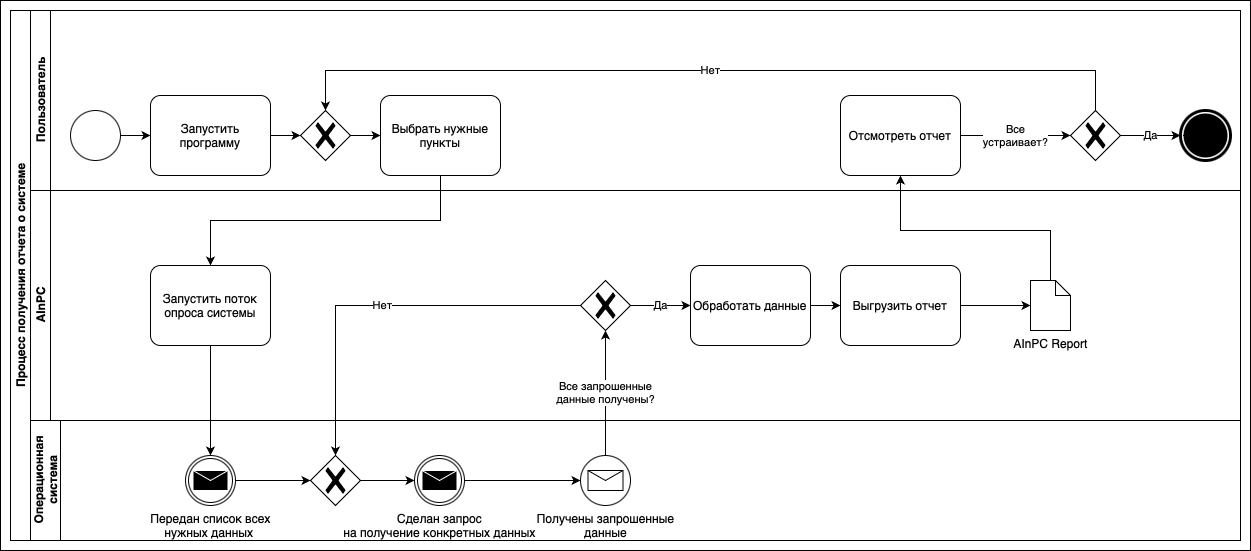
Alekcey264/DiplomaVerevkin keeps this draw.io diagram as BPMN Отчет с документом.png. Above is the earlier version. Source tidied: cells renumbered, new cells last; positions are measured from the earlier drawing's top-left corner, leaving out a move shared by most shapes. The source it was exported from:
```xml
<mxGraphModel>
  <root>
    <mxCell id="0" />
    <mxCell id="1" parent="0" />
    <mxCell id="2" style="rounded=0;whiteSpace=wrap;html=1;" parent="1" vertex="1">
      <mxGeometry width="1250" height="550" as="geometry" />
    </mxCell>
    <mxCell id="3" value="Процесс получения отчета о системе" style="swimlane;html=1;horizontal=0;startSize=20;whiteSpace=wrap;" parent="1" vertex="1">
      <mxGeometry x="10" y="10" width="1230" height="530" as="geometry" />
    </mxCell>
    <mxCell id="4" value="Пользователь" style="swimlane;html=1;startSize=20;horizontal=0;" parent="3" vertex="1">
      <mxGeometry x="20" width="1210" height="180" as="geometry" />
    </mxCell>
    <mxCell id="5" style="edgeStyle=orthogonalEdgeStyle;rounded=0;jettySize=auto;html=1;" parent="4" edge="1" source="6" target="8">
      <mxGeometry relative="1" as="geometry" />
    </mxCell>
    <mxCell id="6" style="points=[[0.145,0.145,0],[0.5,0,0],[0.855,0.145,0],[1,0.5,0],[0.855,0.855,0],[0.5,1,0],[0.145,0.855,0],[0,0.5,0]];shape=mxgraph.bpmn.event;html=1;verticalLabelPosition=bottom;labelBackgroundColor=#ffffff;verticalAlign=top;align=center;perimeter=ellipsePerimeter;outlineConnect=0;outline=standard;symbol=general;" parent="4" vertex="1">
      <mxGeometry x="40" y="100" width="50" height="50" as="geometry" />
    </mxCell>
    <mxCell id="7" style="edgeStyle=orthogonalEdgeStyle;rounded=0;jettySize=auto;html=1;" parent="4" edge="1" source="8" target="16">
      <mxGeometry relative="1" as="geometry" />
    </mxCell>
    <mxCell id="8" value="Запустить программу" style="points=[[0.25,0,0],[0.5,0,0],[0.75,0,0],[1,0.25,0],[1,0.5,0],[1,0.75,0],[0.75,1,0],[0.5,1,0],[0.25,1,0],[0,0.75,0],[0,0.5,0],[0,0.25,0]];shape=mxgraph.bpmn.task;whiteSpace=wrap;rectStyle=rounded;size=10;html=1;taskMarker=abstract;" parent="4" vertex="1">
      <mxGeometry x="120" y="85" width="120" height="80" as="geometry" />
    </mxCell>
    <mxCell id="9" style="points=[[0.145,0.145,0],[0.5,0,0],[0.855,0.145,0],[1,0.5,0],[0.855,0.855,0],[0.5,1,0],[0.145,0.855,0],[0,0.5,0]];shape=mxgraph.bpmn.event;html=1;verticalLabelPosition=bottom;labelBackgroundColor=#ffffff;verticalAlign=top;align=center;perimeter=ellipsePerimeter;outlineConnect=0;outline=end;symbol=terminate;" parent="4" vertex="1">
      <mxGeometry x="1150" y="100" width="50" height="50" as="geometry" />
    </mxCell>
    <mxCell id="10" value="Выбрать нужные пункты" style="points=[[0.25,0,0],[0.5,0,0],[0.75,0,0],[1,0.25,0],[1,0.5,0],[1,0.75,0],[0.75,1,0],[0.5,1,0],[0.25,1,0],[0,0.75,0],[0,0.5,0],[0,0.25,0]];shape=mxgraph.bpmn.task;whiteSpace=wrap;rectStyle=rounded;size=10;html=1;taskMarker=abstract;" parent="4" vertex="1">
      <mxGeometry x="350" y="85" width="120" height="80" as="geometry" />
    </mxCell>
    <mxCell id="11" value="Все&lt;br&gt;устраивает?" style="edgeStyle=orthogonalEdgeStyle;rounded=0;jettySize=auto;html=1;" parent="4" edge="1" source="12" target="14">
      <mxGeometry relative="1" as="geometry" />
    </mxCell>
    <mxCell id="12" value="Отсмотреть отчет" style="points=[[0.25,0,0],[0.5,0,0],[0.75,0,0],[1,0.25,0],[1,0.5,0],[1,0.75,0],[0.75,1,0],[0.5,1,0],[0.25,1,0],[0,0.75,0],[0,0.5,0],[0,0.25,0]];shape=mxgraph.bpmn.task;whiteSpace=wrap;rectStyle=rounded;size=10;html=1;taskMarker=abstract;" parent="4" vertex="1">
      <mxGeometry x="810" y="85" width="120" height="80" as="geometry" />
    </mxCell>
    <mxCell id="13" value="Да" style="edgeStyle=orthogonalEdgeStyle;rounded=0;jettySize=auto;html=1;" parent="4" edge="1" source="14" target="9">
      <mxGeometry relative="1" as="geometry" />
    </mxCell>
    <mxCell id="14" style="points=[[0.25,0.25,0],[0.5,0,0],[0.75,0.25,0],[1,0.5,0],[0.75,0.75,0],[0.5,1,0],[0.25,0.75,0],[0,0.5,0]];shape=mxgraph.bpmn.gateway2;html=1;verticalLabelPosition=bottom;labelBackgroundColor=#ffffff;verticalAlign=top;align=center;perimeter=rhombusPerimeter;outlineConnect=0;outline=none;symbol=none;gwType=exclusive;" parent="4" vertex="1">
      <mxGeometry x="1040" y="100" width="50" height="50" as="geometry" />
    </mxCell>
    <mxCell id="15" style="edgeStyle=orthogonalEdgeStyle;rounded=0;jettySize=auto;html=1;" parent="4" edge="1" source="16" target="10">
      <mxGeometry relative="1" as="geometry" />
    </mxCell>
    <mxCell id="16" style="points=[[0.25,0.25,0],[0.5,0,0],[0.75,0.25,0],[1,0.5,0],[0.75,0.75,0],[0.5,1,0],[0.25,0.75,0],[0,0.5,0]];shape=mxgraph.bpmn.gateway2;html=1;verticalLabelPosition=bottom;labelBackgroundColor=#ffffff;verticalAlign=top;align=center;perimeter=rhombusPerimeter;outlineConnect=0;outline=none;symbol=none;gwType=exclusive;" parent="4" vertex="1">
      <mxGeometry x="270" y="100" width="50" height="50" as="geometry" />
    </mxCell>
    <mxCell id="17" value="Нет" style="edgeStyle=orthogonalEdgeStyle;rounded=0;jettySize=auto;html=1;entryX=0.5;entryY=0;entryDx=0;entryDy=0;entryPerimeter=0;exitX=0.5;exitY=0;exitDx=0;exitDy=0;exitPerimeter=0;" parent="4" edge="1" source="14" target="16">
      <mxGeometry relative="1" as="geometry">
        <Array as="points">
          <mxPoint x="1065" y="60" />
          <mxPoint x="295" y="60" />
        </Array>
      </mxGeometry>
    </mxCell>
    <mxCell id="18" value="AInPC" style="swimlane;html=1;startSize=20;horizontal=0;" parent="3" vertex="1">
      <mxGeometry x="20" y="180" width="1210" height="230" as="geometry" />
    </mxCell>
    <mxCell id="19" value="Да" style="edgeStyle=orthogonalEdgeStyle;rounded=0;jettySize=auto;html=1;" parent="18" edge="1" source="20" target="23">
      <mxGeometry relative="1" as="geometry" />
    </mxCell>
    <mxCell id="20" style="points=[[0.25,0.25,0],[0.5,0,0],[0.75,0.25,0],[1,0.5,0],[0.75,0.75,0],[0.5,1,0],[0.25,0.75,0],[0,0.5,0]];shape=mxgraph.bpmn.gateway2;html=1;verticalLabelPosition=bottom;labelBackgroundColor=#ffffff;verticalAlign=top;align=center;perimeter=rhombusPerimeter;outlineConnect=0;outline=none;symbol=none;gwType=exclusive;" parent="18" vertex="1">
      <mxGeometry x="550" y="90" width="50" height="50" as="geometry" />
    </mxCell>
    <mxCell id="21" value="Запустить поток опроса системы" style="points=[[0.25,0,0],[0.5,0,0],[0.75,0,0],[1,0.25,0],[1,0.5,0],[1,0.75,0],[0.75,1,0],[0.5,1,0],[0.25,1,0],[0,0.75,0],[0,0.5,0],[0,0.25,0]];shape=mxgraph.bpmn.task;whiteSpace=wrap;rectStyle=rounded;size=10;html=1;taskMarker=abstract;" parent="18" vertex="1">
      <mxGeometry x="120" y="75" width="120" height="80" as="geometry" />
    </mxCell>
    <mxCell id="22" style="edgeStyle=orthogonalEdgeStyle;rounded=0;jettySize=auto;html=1;" parent="18" edge="1" source="23" target="25">
      <mxGeometry relative="1" as="geometry" />
    </mxCell>
    <mxCell id="23" value="Обработать данные" style="points=[[0.25,0,0],[0.5,0,0],[0.75,0,0],[1,0.25,0],[1,0.5,0],[1,0.75,0],[0.75,1,0],[0.5,1,0],[0.25,1,0],[0,0.75,0],[0,0.5,0],[0,0.25,0]];shape=mxgraph.bpmn.task;whiteSpace=wrap;rectStyle=rounded;size=10;html=1;taskMarker=abstract;" parent="18" vertex="1">
      <mxGeometry x="660" y="75" width="120" height="80" as="geometry" />
    </mxCell>
    <mxCell id="24" style="edgeStyle=orthogonalEdgeStyle;rounded=0;jettySize=auto;html=1;" parent="18" edge="1" source="25" target="26">
      <mxGeometry relative="1" as="geometry" />
    </mxCell>
    <mxCell id="25" value="Выгрузить отчет" style="points=[[0.25,0,0],[0.5,0,0],[0.75,0,0],[1,0.25,0],[1,0.5,0],[1,0.75,0],[0.75,1,0],[0.5,1,0],[0.25,1,0],[0,0.75,0],[0,0.5,0],[0,0.25,0]];shape=mxgraph.bpmn.task;whiteSpace=wrap;rectStyle=rounded;size=10;html=1;taskMarker=abstract;" parent="18" vertex="1">
      <mxGeometry x="810" y="75" width="120" height="80" as="geometry" />
    </mxCell>
    <mxCell id="26" value="AInPC Report" style="shape=mxgraph.bpmn.data;labelPosition=center;verticalLabelPosition=bottom;align=center;verticalAlign=top;size=15;html=1;" parent="18" vertex="1">
      <mxGeometry x="1000" y="90" width="40" height="50" as="geometry" />
    </mxCell>
    <mxCell id="27" value="Операционная&lt;br&gt;система" style="swimlane;html=1;startSize=30;horizontal=0;" parent="3" vertex="1">
      <mxGeometry x="20" y="410" width="1210" height="120" as="geometry" />
    </mxCell>
    <mxCell id="28" style="edgeStyle=orthogonalEdgeStyle;rounded=0;jettySize=auto;html=1;" parent="27" edge="1" source="29" target="32">
      <mxGeometry relative="1" as="geometry" />
    </mxCell>
    <mxCell id="29" style="points=[[0.25,0.25,0],[0.5,0,0],[0.75,0.25,0],[1,0.5,0],[0.75,0.75,0],[0.5,1,0],[0.25,0.75,0],[0,0.5,0]];shape=mxgraph.bpmn.gateway2;html=1;verticalLabelPosition=bottom;labelBackgroundColor=#ffffff;verticalAlign=top;align=center;perimeter=rhombusPerimeter;outlineConnect=0;outline=none;symbol=none;gwType=exclusive;" parent="27" vertex="1">
      <mxGeometry x="280" y="35" width="50" height="50" as="geometry" />
    </mxCell>
    <mxCell id="30" value="Получены запрошенные&lt;br&gt;данные" style="points=[[0.145,0.145,0],[0.5,0,0],[0.855,0.145,0],[1,0.5,0],[0.855,0.855,0],[0.5,1,0],[0.145,0.855,0],[0,0.5,0]];shape=mxgraph.bpmn.event;html=1;verticalLabelPosition=bottom;labelBackgroundColor=#ffffff;verticalAlign=top;align=center;perimeter=ellipsePerimeter;outlineConnect=0;outline=standard;symbol=message;" parent="27" vertex="1">
      <mxGeometry x="550" y="35" width="50" height="50" as="geometry" />
    </mxCell>
    <mxCell id="31" style="edgeStyle=orthogonalEdgeStyle;rounded=0;jettySize=auto;html=1;" parent="27" edge="1" source="32" target="30">
      <mxGeometry relative="1" as="geometry" />
    </mxCell>
    <mxCell id="32" value="Сделан запрос&lt;br&gt;на получение конкретных данных" style="points=[[0.145,0.145,0],[0.5,0,0],[0.855,0.145,0],[1,0.5,0],[0.855,0.855,0],[0.5,1,0],[0.145,0.855,0],[0,0.5,0]];shape=mxgraph.bpmn.event;html=1;verticalLabelPosition=bottom;labelBackgroundColor=#ffffff;verticalAlign=top;align=center;perimeter=ellipsePerimeter;outlineConnect=0;outline=throwing;symbol=message;" parent="27" vertex="1">
      <mxGeometry x="384" y="35" width="50" height="50" as="geometry" />
    </mxCell>
    <mxCell id="33" style="edgeStyle=orthogonalEdgeStyle;rounded=0;jettySize=auto;html=1;" parent="27" edge="1" source="34" target="29">
      <mxGeometry relative="1" as="geometry" />
    </mxCell>
    <mxCell id="34" value="Передан список всех&lt;br&gt;нужных данных&amp;nbsp;" style="points=[[0.145,0.145,0],[0.5,0,0],[0.855,0.145,0],[1,0.5,0],[0.855,0.855,0],[0.5,1,0],[0.145,0.855,0],[0,0.5,0]];shape=mxgraph.bpmn.event;html=1;verticalLabelPosition=bottom;labelBackgroundColor=#ffffff;verticalAlign=top;align=center;perimeter=ellipsePerimeter;outlineConnect=0;outline=throwing;symbol=message;" parent="27" vertex="1">
      <mxGeometry x="155" y="35" width="50" height="50" as="geometry" />
    </mxCell>
    <mxCell id="35" value="Все запрошенные&lt;br&gt;данные получены?" style="edgeStyle=orthogonalEdgeStyle;rounded=0;jettySize=auto;html=1;" parent="3" edge="1" source="30" target="20">
      <mxGeometry relative="1" as="geometry" />
    </mxCell>
    <mxCell id="36" value="Нет" style="edgeStyle=orthogonalEdgeStyle;rounded=0;jettySize=auto;html=1;" parent="3" edge="1" source="20" target="29">
      <mxGeometry relative="1" as="geometry" />
    </mxCell>
    <mxCell id="37" style="edgeStyle=orthogonalEdgeStyle;rounded=0;jettySize=auto;html=1;" parent="3" edge="1" source="21" target="34">
      <mxGeometry relative="1" as="geometry" />
    </mxCell>
    <mxCell id="38" style="edgeStyle=orthogonalEdgeStyle;rounded=0;jettySize=auto;html=1;exitX=0.5;exitY=1;exitDx=0;exitDy=0;exitPerimeter=0;" parent="3" edge="1" source="10" target="21">
      <mxGeometry relative="1" as="geometry">
        <Array as="points">
          <mxPoint x="430" y="210" />
          <mxPoint x="200" y="210" />
        </Array>
      </mxGeometry>
    </mxCell>
    <mxCell id="39" style="edgeStyle=orthogonalEdgeStyle;rounded=0;jettySize=auto;html=1;" parent="3" edge="1" source="26" target="12">
      <mxGeometry relative="1" as="geometry">
        <Array as="points">
          <mxPoint x="1040" y="220" />
          <mxPoint x="890" y="220" />
        </Array>
      </mxGeometry>
    </mxCell>
  </root>
</mxGraphModel>
```
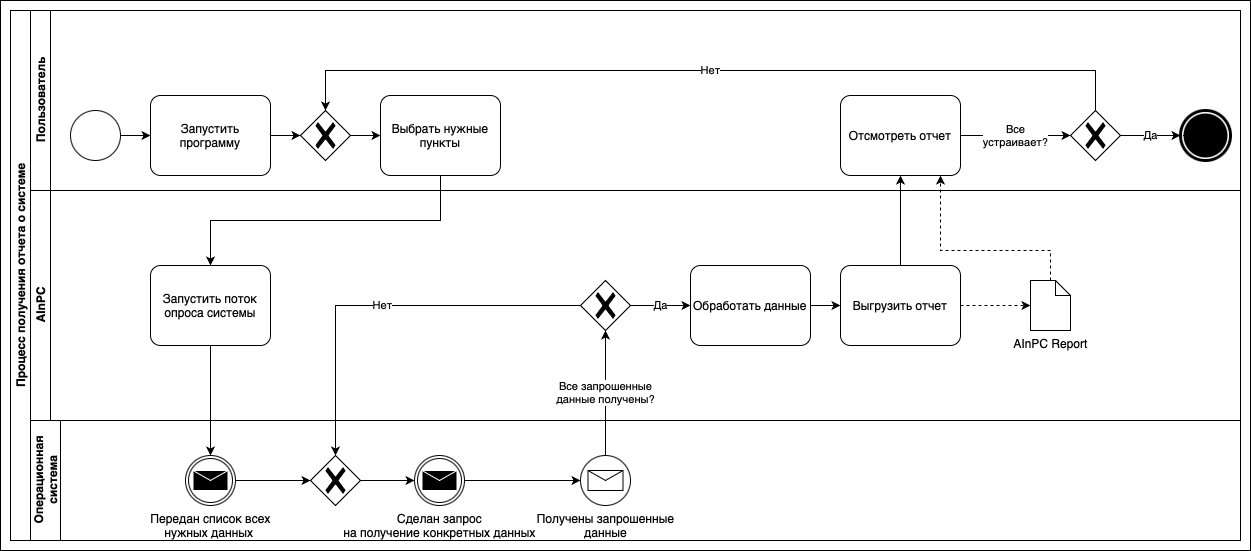
The same diagram one commit later.

What changed in the source:
```diff
@@ -73,7 +73,7 @@
     <mxCell id="23" value="Обработать данные" style="points=[[0.25,0,0],[0.5,0,0],[0.75,0,0],[1,0.25,0],[1,0.5,0],[1,0.75,0],[0.75,1,0],[0.5,1,0],[0.25,1,0],[0,0.75,0],[0,0.5,0],[0,0.25,0]];shape=mxgraph.bpmn.task;whiteSpace=wrap;rectStyle=rounded;size=10;html=1;taskMarker=abstract;" parent="18" vertex="1">
       <mxGeometry x="660" y="75" width="120" height="80" as="geometry" />
     </mxCell>
-    <mxCell id="24" style="edgeStyle=orthogonalEdgeStyle;rounded=0;jettySize=auto;html=1;" parent="18" edge="1" source="25" target="26">
+    <mxCell id="24" style="edgeStyle=orthogonalEdgeStyle;rounded=0;jettySize=auto;html=1;dashed=1;" parent="18" edge="1" source="25" target="26">
       <mxGeometry relative="1" as="geometry" />
     </mxCell>
     <mxCell id="25" value="Выгрузить отчет" style="points=[[0.25,0,0],[0.5,0,0],[0.75,0,0],[1,0.25,0],[1,0.5,0],[1,0.75,0],[0.75,1,0],[0.5,1,0],[0.25,1,0],[0,0.75,0],[0,0.5,0],[0,0.25,0]];shape=mxgraph.bpmn.task;whiteSpace=wrap;rectStyle=rounded;size=10;html=1;taskMarker=abstract;" parent="18" vertex="1">
@@ -123,11 +123,14 @@
         </Array>
       </mxGeometry>
     </mxCell>
+    <mxCell id="40" style="edgeStyle=orthogonalEdgeStyle;rounded=0;jettySize=auto;html=1;" parent="3" edge="1" source="25" target="12">
+      <mxGeometry relative="1" as="geometry" />
+    </mxCell>
-    <mxCell id="39" style="edgeStyle=orthogonalEdgeStyle;rounded=0;jettySize=auto;html=1;" parent="3" edge="1" source="26" target="12">
+    <mxCell id="39" style="edgeStyle=orthogonalEdgeStyle;rounded=0;jettySize=auto;html=1;dashed=1;" parent="3" edge="1" source="26" target="12">
       <mxGeometry relative="1" as="geometry">
         <Array as="points">
-          <mxPoint x="1040" y="220" />
-          <mxPoint x="890" y="220" />
+          <mxPoint x="1040" y="240" />
+          <mxPoint x="930" y="240" />
         </Array>
       </mxGeometry>
     </mxCell>
```
